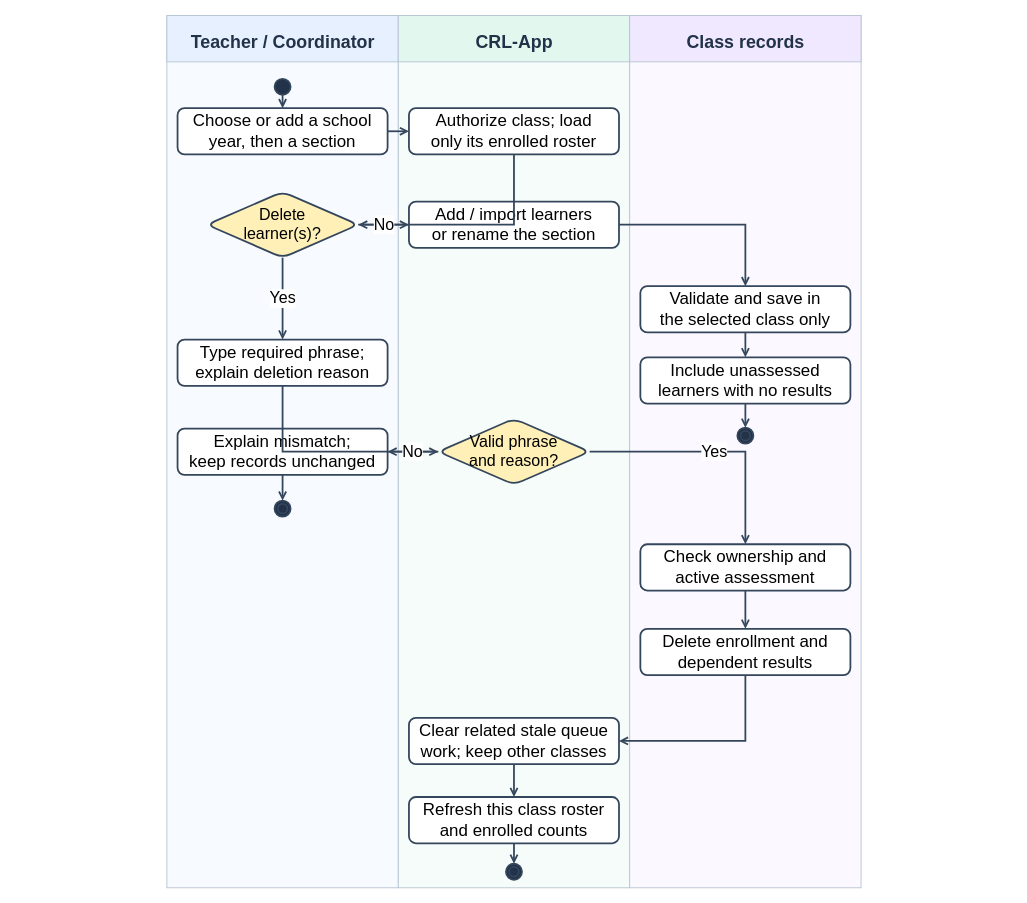
Earlier version of the draw.io diagram docs/diagrams/class-workspaces/figure-15-class-management.drawio (AkuSayangKamuJudaSayang/crl-app). Source tidied: cells renumbered, new cells numbered last; positions are measured from the earlier drawing's top-left corner, leaving out a move shared by most shapes. Both pictures are drawn from the tidied source at 89%, with x=0, y=0 at pixel (15, 15).
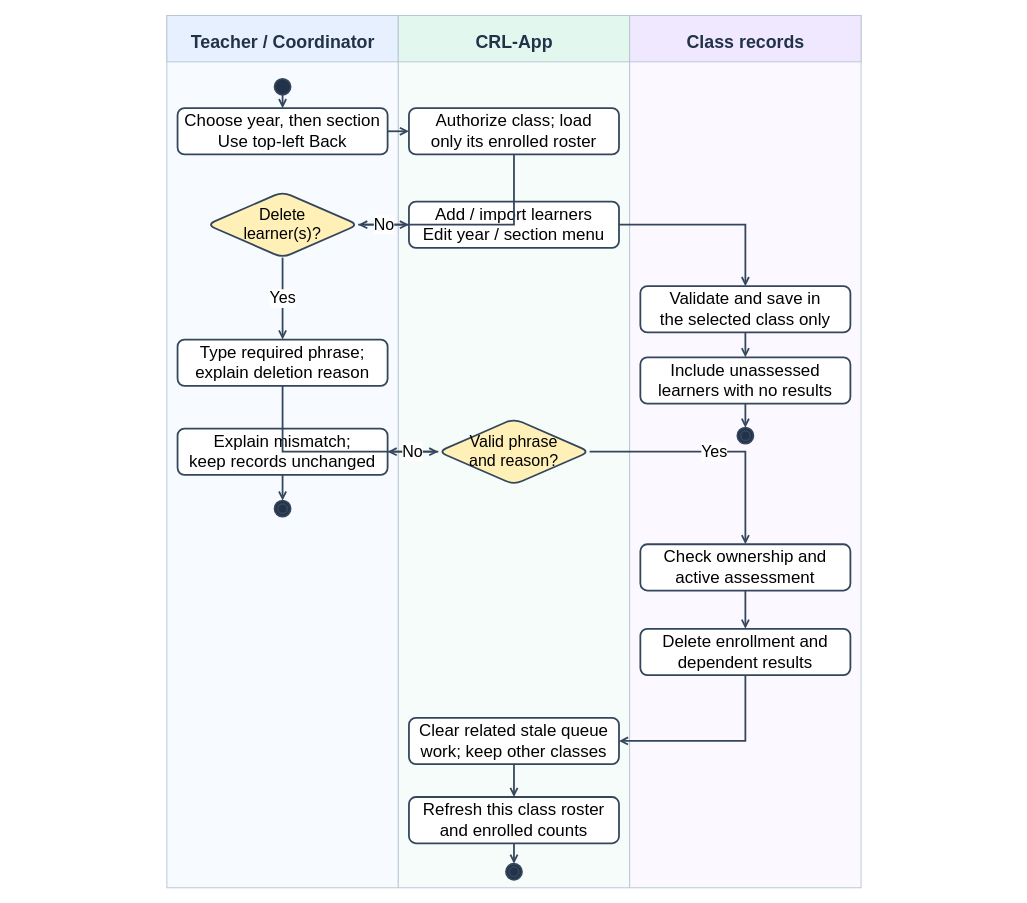
The same diagram, later.

What changed in the source:
```diff
@@
-    <mxCell id="12" value="Choose or add a school&lt;br&gt;year, then a section" style="rounded=1;whiteSpace=wrap;html=1;fillColor=#ffffff;strokeColor=#34465c;strokeWidth=2;fontSize=19;" parent="1" vertex="1">
+    <mxCell id="12" value="Choose year, then section&lt;br&gt;Use top-left Back" style="rounded=1;whiteSpace=wrap;html=1;fillColor=#ffffff;strokeColor=#34465c;strokeWidth=2;fontSize=19;" parent="1" vertex="1">
       <mxGeometry x="182" y="104" width="236" height="52" as="geometry" />
     </mxCell>
@@
-    <mxCell id="15" value="Add / import learners&lt;br&gt;or rename the section" style="rounded=1;whiteSpace=wrap;html=1;fillColor=#ffffff;strokeColor=#34465c;strokeWidth=2;fontSize=19;" parent="1" vertex="1">
+    <mxCell id="15" value="Add / import learners&lt;br&gt;Edit year / section menu" style="rounded=1;whiteSpace=wrap;html=1;fillColor=#ffffff;strokeColor=#34465c;strokeWidth=2;fontSize=19;" parent="1" vertex="1">
       <mxGeometry x="442" y="209" width="236" height="52" as="geometry" />
     </mxCell>
```
